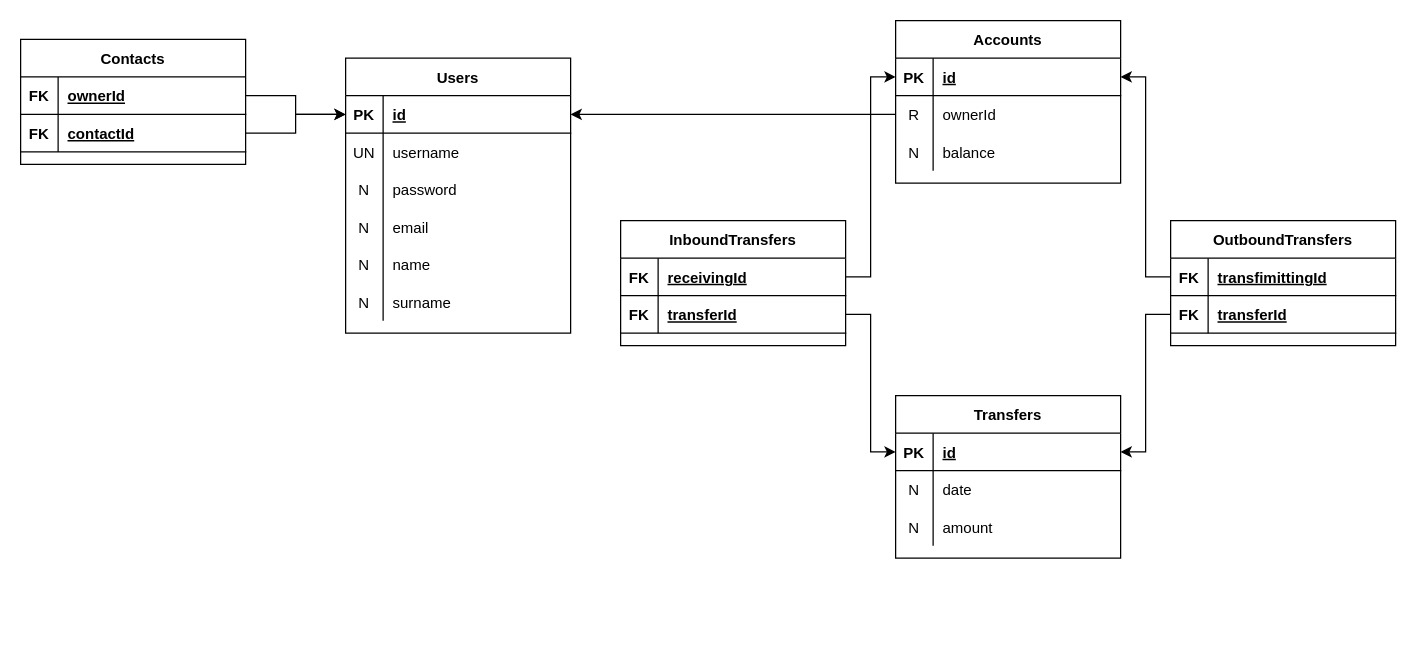
The draw.io diagram page "Logic" (2 of 2) of doc/db.drawio in alexbradd/tiw2022-es4, before the edit. Source tidied: cells renumbered, new cells numbered last; positions are measured from the earlier drawing's top-left corner, leaving out a move shared by most shapes. Both pictures are drawn from the tidied source at 125%, with x=0, y=0 at pixel (20, 20).
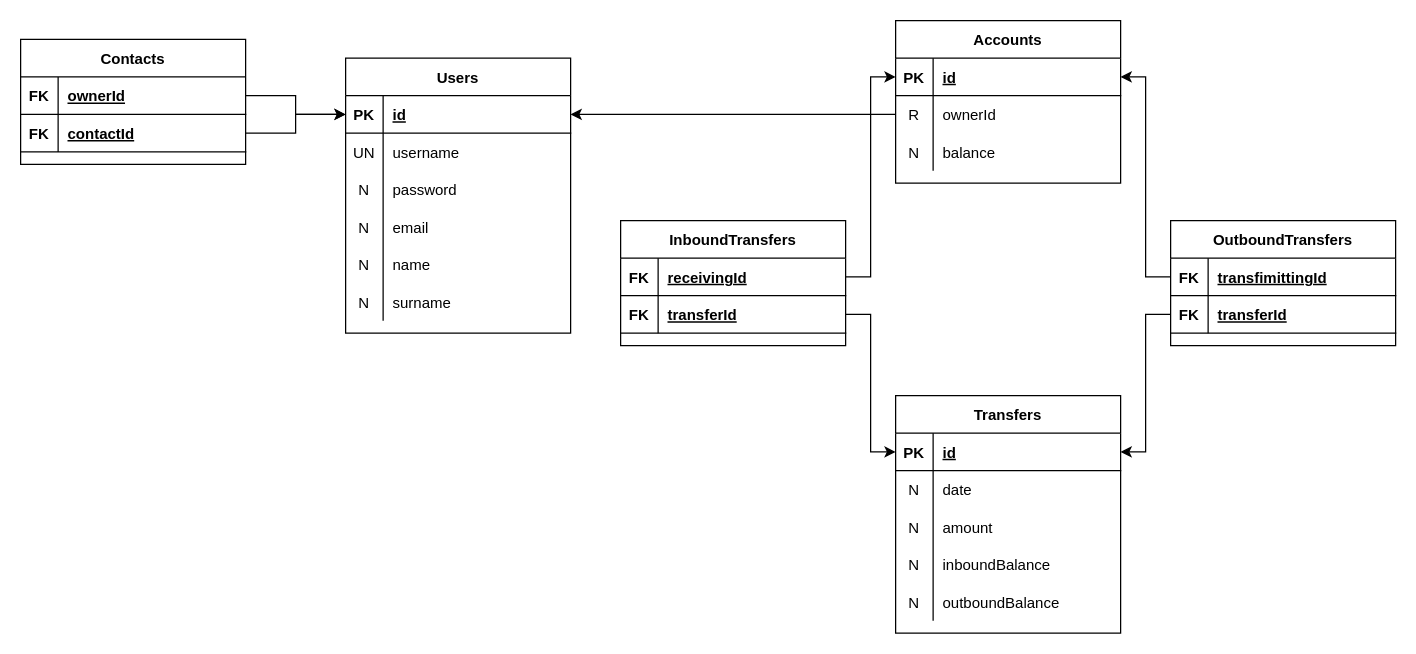
The same diagram, later.

Diff of the diagram source:
```diff
@@
     <mxCell id="48" value="Transfers" style="shape=table;startSize=30;childLayout=tableLayout;rowLines=0;fontStyle=1;align=center;" parent="1" vertex="1">
-      <mxGeometry x="700" y="300" width="180" height="130" as="geometry" />
+      <mxGeometry x="700" y="300" width="180" height="190" as="geometry" />
     </mxCell>
@@
+    <mxCell id="69" style="shape=tableRow;horizontal=0;startSize=0;swimlaneHead=0;swimlaneBody=0;fillColor=none;top=0;left=0;right=0;bottom=0;" parent="48" vertex="1">
+      <mxGeometry y="120" width="180" height="30" as="geometry" />
+    </mxCell>
+    <mxCell id="70" value="N" style="shape=partialRectangle;fillColor=none;top=0;left=0;bottom=0;right=0;fontStyle=0;overflow=hidden;" parent="69" vertex="1">
+      <mxGeometry width="30" height="30" as="geometry" />
+    </mxCell>
+    <mxCell id="71" value="inboundBalance" style="shape=partialRectangle;fillColor=none;top=0;left=0;bottom=0;right=0;align=left;spacingLeft=6;fontStyle=0;overflow=hidden;" parent="69" vertex="1">
+      <mxGeometry x="30" width="150" height="30" as="geometry" />
+    </mxCell>
+    <mxCell id="72" style="shape=tableRow;horizontal=0;startSize=0;swimlaneHead=0;swimlaneBody=0;fillColor=none;top=0;left=0;right=0;bottom=0;" parent="48" vertex="1">
+      <mxGeometry y="150" width="180" height="30" as="geometry" />
+    </mxCell>
+    <mxCell id="73" value="N" style="shape=partialRectangle;fillColor=none;top=0;left=0;bottom=0;right=0;fontStyle=0;overflow=hidden;" parent="72" vertex="1">
+      <mxGeometry width="30" height="30" as="geometry" />
+    </mxCell>
+    <mxCell id="74" value="outboundBalance" style="shape=partialRectangle;fillColor=none;top=0;left=0;bottom=0;right=0;align=left;spacingLeft=6;fontStyle=0;overflow=hidden;" parent="72" vertex="1">
+      <mxGeometry x="30" width="150" height="30" as="geometry" />
+    </mxCell>
```
